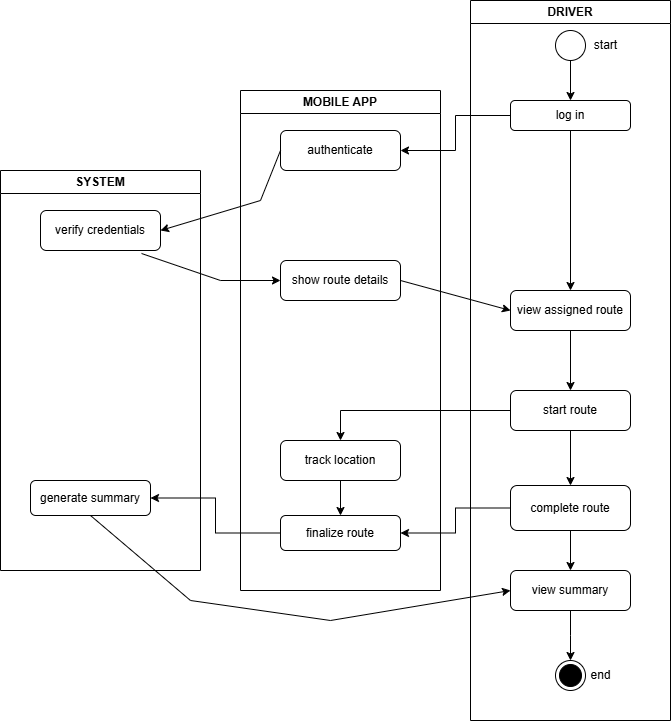
Above: UML Diagrams/Activity Diagrams/scenario5AC.drawio (1).png in inviona/Software-Engineering-Analysis-and-Design-Project (draw.io), before the change. Source tidied: cells renumbered, new cells last; positions are measured from the earlier drawing's top-left corner, leaving out a move shared by most shapes.
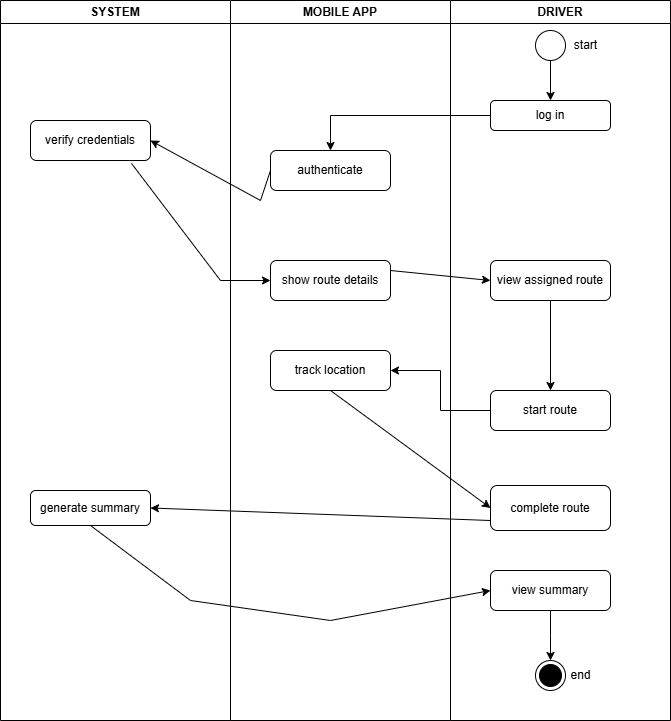
After the commit.

The edit, as a diff of the source:
```diff
@@ -3,30 +3,19 @@
     <mxCell id="0" />
     <mxCell id="1" parent="0" />
     <mxCell id="2" value="MOBILE APP" style="swimlane;whiteSpace=wrap;html=1;" parent="1" vertex="1">
-      <mxGeometry x="240" y="90" width="200" height="500" as="geometry" />
+      <mxGeometry x="230" width="220" height="720" as="geometry" />
     </mxCell>
     <mxCell id="3" value="authenticate" style="rounded=1;whiteSpace=wrap;html=1;" parent="2" vertex="1">
-      <mxGeometry x="40" y="40" width="120" height="40" as="geometry" />
+      <mxGeometry x="40" y="150" width="120" height="40" as="geometry" />
     </mxCell>
     <mxCell id="4" value="show route details" style="rounded=1;whiteSpace=wrap;html=1;" parent="2" vertex="1">
-      <mxGeometry x="40" y="170" width="120" height="40" as="geometry" />
+      <mxGeometry x="40" y="260" width="120" height="40" as="geometry" />
     </mxCell>
-    <mxCell id="5" style="endArrow=classic;html=1;rounded=0;entryX=0;entryY=0.5;entryDx=0;entryDy=0;" parent="2" edge="1" target="14">
-      <mxGeometry relative="1" as="geometry">
-        <mxPoint x="160" y="190" as="sourcePoint" />
-      </mxGeometry>
-    </mxCell>
-    <mxCell id="6" style="edgeStyle=orthogonalEdgeStyle;rounded=0;jettySize=auto;html=1;" parent="2" edge="1" source="7" target="8">
-      <mxGeometry relative="1" as="geometry" />
-    </mxCell>
     <mxCell id="7" value="track location" style="rounded=1;whiteSpace=wrap;html=1;" parent="2" vertex="1">
       <mxGeometry x="40" y="350" width="120" height="40" as="geometry" />
     </mxCell>
-    <mxCell id="8" value="finalize route" style="rounded=1;whiteSpace=wrap;html=1;" parent="2" vertex="1">
-      <mxGeometry x="40" y="425" width="120" height="35" as="geometry" />
-    </mxCell>
     <mxCell id="9" value="DRIVER" style="swimlane;whiteSpace=wrap;html=1;" parent="1" vertex="1">
-      <mxGeometry x="470" width="200" height="720" as="geometry" />
+      <mxGeometry x="450" width="220" height="720" as="geometry" />
     </mxCell>
     <mxCell id="10" style="edgeStyle=orthogonalEdgeStyle;rounded=0;jettySize=auto;html=1;" parent="9" edge="1" source="11" target="12">
       <mxGeometry relative="1" as="geometry" />
@@ -41,20 +30,11 @@
       <mxGeometry relative="1" as="geometry" />
     </mxCell>
     <mxCell id="14" value="view assigned route" style="rounded=1;whiteSpace=wrap;html=1;" parent="9" vertex="1">
-      <mxGeometry x="40" y="290" width="120" height="40" as="geometry" />
+      <mxGeometry x="40" y="260" width="120" height="40" as="geometry" />
     </mxCell>
-    <mxCell id="15" style="endArrow=classic;html=1;rounded=0;entryX=0.5;entryY=0;entryDx=0;entryDy=0;exitX=0.5;exitY=1;exitDx=0;exitDy=0;" parent="9" edge="1" source="12" target="14">
-      <mxGeometry relative="1" as="geometry" />
-    </mxCell>
-    <mxCell id="16" style="edgeStyle=orthogonalEdgeStyle;rounded=0;jettySize=auto;html=1;" parent="9" edge="1" source="17" target="19">
-      <mxGeometry relative="1" as="geometry" />
-    </mxCell>
     <mxCell id="17" value="start route" style="rounded=1;whiteSpace=wrap;html=1;" parent="9" vertex="1">
       <mxGeometry x="40" y="390" width="120" height="40" as="geometry" />
     </mxCell>
-    <mxCell id="18" style="edgeStyle=orthogonalEdgeStyle;rounded=0;jettySize=auto;html=1;" parent="9" edge="1" source="19" target="21">
-      <mxGeometry relative="1" as="geometry" />
-    </mxCell>
     <mxCell id="19" value="complete route" style="rounded=1;whiteSpace=wrap;html=1;" parent="9" vertex="1">
       <mxGeometry x="40" y="485" width="120" height="45" as="geometry" />
     </mxCell>
@@ -76,13 +56,13 @@
       <mxGeometry x="110" y="30" width="50" height="30" as="geometry" />
     </mxCell>
     <mxCell id="25" value="SYSTEM" style="swimlane;whiteSpace=wrap;html=1;" parent="1" vertex="1">
-      <mxGeometry y="170" width="200" height="400" as="geometry" />
+      <mxGeometry width="230" height="720" as="geometry" />
     </mxCell>
     <mxCell id="26" value="verify credentials" style="rounded=1;whiteSpace=wrap;html=1;" parent="25" vertex="1">
-      <mxGeometry x="40" y="40" width="120" height="40" as="geometry" />
+      <mxGeometry x="30" y="120" width="120" height="40" as="geometry" />
     </mxCell>
     <mxCell id="27" value="generate summary" style="rounded=1;whiteSpace=wrap;html=1;" parent="25" vertex="1">
-      <mxGeometry x="30" y="310" width="120" height="35" as="geometry" />
+      <mxGeometry x="30" y="490" width="120" height="35" as="geometry" />
     </mxCell>
     <mxCell id="28" style="edgeStyle=orthogonalEdgeStyle;rounded=0;jettySize=auto;html=1;" parent="1" edge="1" source="12" target="3">
       <mxGeometry relative="1" as="geometry" />
@@ -104,12 +84,6 @@
     <mxCell id="31" style="edgeStyle=orthogonalEdgeStyle;rounded=0;jettySize=auto;html=1;" parent="1" edge="1" source="17" target="7">
       <mxGeometry relative="1" as="geometry" />
     </mxCell>
-    <mxCell id="32" style="edgeStyle=orthogonalEdgeStyle;rounded=0;jettySize=auto;html=1;" parent="1" edge="1" source="19" target="8">
-      <mxGeometry relative="1" as="geometry" />
-    </mxCell>
-    <mxCell id="33" style="edgeStyle=orthogonalEdgeStyle;rounded=0;jettySize=auto;html=1;" parent="1" edge="1" source="8" target="27">
-      <mxGeometry relative="1" as="geometry" />
-    </mxCell>
     <mxCell id="34" style="endArrow=classic;html=1;rounded=0;exitX=0.5;exitY=1;exitDx=0;exitDy=0;entryX=0;entryY=0.5;entryDx=0;entryDy=0;" parent="1" edge="1" source="27" target="21">
       <mxGeometry relative="1" as="geometry">
         <Array as="points">
@@ -118,5 +92,14 @@
         </Array>
       </mxGeometry>
     </mxCell>
+    <mxCell id="5" style="endArrow=classic;html=1;rounded=0;entryX=0;entryY=0.5;entryDx=0;entryDy=0;exitX=1;exitY=0.25;exitDx=0;exitDy=0;" parent="1" edge="1" source="4" target="14">
+      <mxGeometry relative="1" as="geometry" />
+    </mxCell>
+    <mxCell id="35" style="endArrow=classic;html=1;rounded=0;exitX=0.5;exitY=1;exitDx=0;exitDy=0;entryX=0;entryY=0.5;entryDx=0;entryDy=0;" parent="1" edge="1" source="7" target="19">
+      <mxGeometry relative="1" as="geometry" />
+    </mxCell>
+    <mxCell id="36" style="endArrow=classic;html=1;rounded=0;exitX=0;exitY=0.778;exitDx=0;exitDy=0;entryX=1;entryY=0.5;entryDx=0;entryDy=0;exitPerimeter=0;" parent="1" edge="1" source="19" target="27">
+      <mxGeometry relative="1" as="geometry" />
+    </mxCell>
   </root>
 </mxGraphModel>
```
